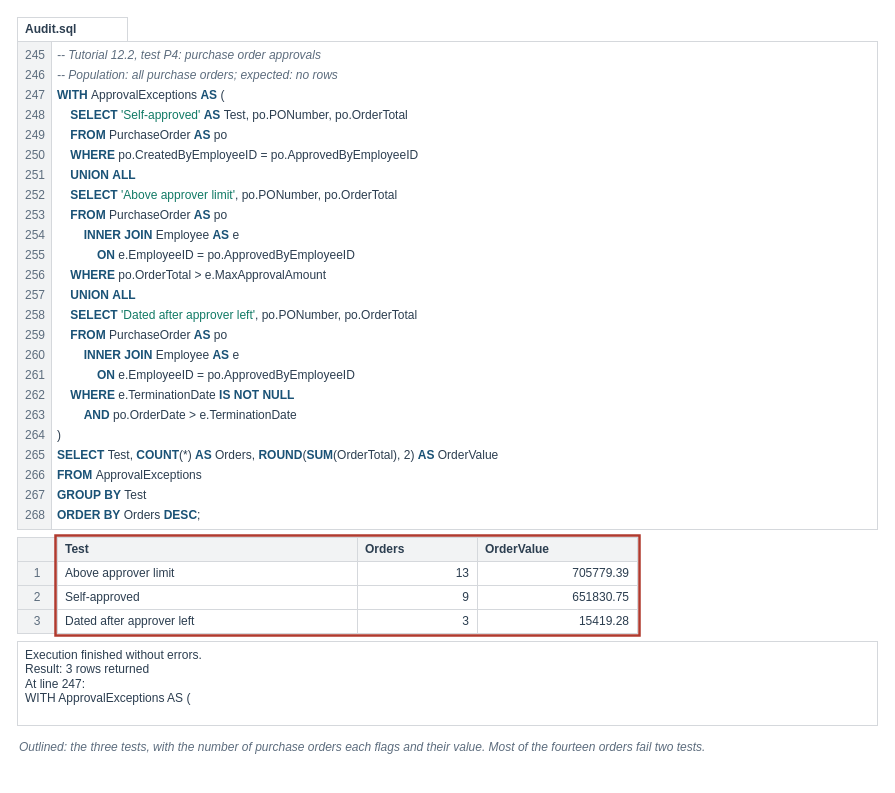
The draw.io diagram visuals/src/fig-12-06-approval-exceptions.drawio in mmcodesso/Accounting_Analytics_Book, before the edit. Source tidied: cells renumbered, new cells numbered last; positions are measured from the earlier drawing's top-left corner, leaving out a move shared by most shapes. Both pictures are drawn from the tidied source at 100%, with x=0, y=0 at pixel (17, 17).
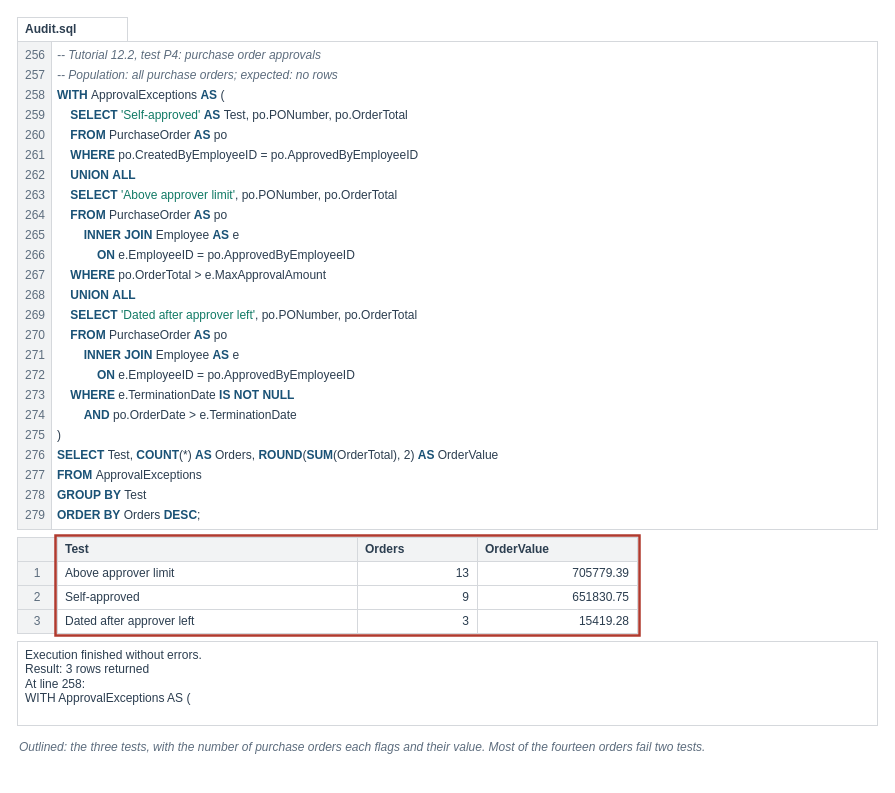
Above is the later version.

The edit, as a diff of the source:
```diff
@@
-    <mxCell id="6" value="245" style="text;html=1;whiteSpace=wrap;align=right;verticalAlign=middle;fontSize=12;fontColor=#5D6D7E;fontStyle=0;fontFamily=Helvetica;spacing=2;fillColor=none;strokeColor=none;" parent="1" vertex="1">
+    <mxCell id="6" value="256" style="text;html=1;whiteSpace=wrap;align=right;verticalAlign=middle;fontSize=12;fontColor=#5D6D7E;fontStyle=0;fontFamily=Helvetica;spacing=2;fillColor=none;strokeColor=none;" parent="1" vertex="1">
       <mxGeometry y="28" width="30" height="20" as="geometry" />
     </mxCell>
@@
-    <mxCell id="8" value="246" style="text;html=1;whiteSpace=wrap;align=right;verticalAlign=middle;fontSize=12;fontColor=#5D6D7E;fontStyle=0;fontFamily=Helvetica;spacing=2;fillColor=none;strokeColor=none;" parent="1" vertex="1">
+    <mxCell id="8" value="257" style="text;html=1;whiteSpace=wrap;align=right;verticalAlign=middle;fontSize=12;fontColor=#5D6D7E;fontStyle=0;fontFamily=Helvetica;spacing=2;fillColor=none;strokeColor=none;" parent="1" vertex="1">
       <mxGeometry y="48" width="30" height="20" as="geometry" />
     </mxCell>
@@
-    <mxCell id="10" value="247" style="text;html=1;whiteSpace=wrap;align=right;verticalAlign=middle;fontSize=12;fontColor=#5D6D7E;fontStyle=0;fontFamily=Helvetica;spacing=2;fillColor=none;strokeColor=none;" parent="1" vertex="1">
+    <mxCell id="10" value="258" style="text;html=1;whiteSpace=wrap;align=right;verticalAlign=middle;fontSize=12;fontColor=#5D6D7E;fontStyle=0;fontFamily=Helvetica;spacing=2;fillColor=none;strokeColor=none;" parent="1" vertex="1">
       <mxGeometry y="68" width="30" height="20" as="geometry" />
     </mxCell>
@@
-    <mxCell id="12" value="248" style="text;html=1;whiteSpace=wrap;align=right;verticalAlign=middle;fontSize=12;fontColor=#5D6D7E;fontStyle=0;fontFamily=Helvetica;spacing=2;fillColor=none;strokeColor=none;" parent="1" vertex="1">
+    <mxCell id="12" value="259" style="text;html=1;whiteSpace=wrap;align=right;verticalAlign=middle;fontSize=12;fontColor=#5D6D7E;fontStyle=0;fontFamily=Helvetica;spacing=2;fillColor=none;strokeColor=none;" parent="1" vertex="1">
       <mxGeometry y="88" width="30" height="20" as="geometry" />
     </mxCell>
@@
-    <mxCell id="14" value="249" style="text;html=1;whiteSpace=wrap;align=right;verticalAlign=middle;fontSize=12;fontColor=#5D6D7E;fontStyle=0;fontFamily=Helvetica;spacing=2;fillColor=none;strokeColor=none;" parent="1" vertex="1">
+    <mxCell id="14" value="260" style="text;html=1;whiteSpace=wrap;align=right;verticalAlign=middle;fontSize=12;fontColor=#5D6D7E;fontStyle=0;fontFamily=Helvetica;spacing=2;fillColor=none;strokeColor=none;" parent="1" vertex="1">
       <mxGeometry y="108" width="30" height="20" as="geometry" />
     </mxCell>
@@
-    <mxCell id="16" value="250" style="text;html=1;whiteSpace=wrap;align=right;verticalAlign=middle;fontSize=12;fontColor=#5D6D7E;fontStyle=0;fontFamily=Helvetica;spacing=2;fillColor=none;strokeColor=none;" parent="1" vertex="1">
+    <mxCell id="16" value="261" style="text;html=1;whiteSpace=wrap;align=right;verticalAlign=middle;fontSize=12;fontColor=#5D6D7E;fontStyle=0;fontFamily=Helvetica;spacing=2;fillColor=none;strokeColor=none;" parent="1" vertex="1">
       <mxGeometry y="128" width="30" height="20" as="geometry" />
     </mxCell>
@@
-    <mxCell id="18" value="251" style="text;html=1;whiteSpace=wrap;align=right;verticalAlign=middle;fontSize=12;fontColor=#5D6D7E;fontStyle=0;fontFamily=Helvetica;spacing=2;fillColor=none;strokeColor=none;" parent="1" vertex="1">
+    <mxCell id="18" value="262" style="text;html=1;whiteSpace=wrap;align=right;verticalAlign=middle;fontSize=12;fontColor=#5D6D7E;fontStyle=0;fontFamily=Helvetica;spacing=2;fillColor=none;strokeColor=none;" parent="1" vertex="1">
       <mxGeometry y="148" width="30" height="20" as="geometry" />
     </mxCell>
@@
-    <mxCell id="20" value="252" style="text;html=1;whiteSpace=wrap;align=right;verticalAlign=middle;fontSize=12;fontColor=#5D6D7E;fontStyle=0;fontFamily=Helvetica;spacing=2;fillColor=none;strokeColor=none;" parent="1" vertex="1">
+    <mxCell id="20" value="263" style="text;html=1;whiteSpace=wrap;align=right;verticalAlign=middle;fontSize=12;fontColor=#5D6D7E;fontStyle=0;fontFamily=Helvetica;spacing=2;fillColor=none;strokeColor=none;" parent="1" vertex="1">
       <mxGeometry y="168" width="30" height="20" as="geometry" />
     </mxCell>
@@
-    <mxCell id="22" value="253" style="text;html=1;whiteSpace=wrap;align=right;verticalAlign=middle;fontSize=12;fontColor=#5D6D7E;fontStyle=0;fontFamily=Helvetica;spacing=2;fillColor=none;strokeColor=none;" parent="1" vertex="1">
+    <mxCell id="22" value="264" style="text;html=1;whiteSpace=wrap;align=right;verticalAlign=middle;fontSize=12;fontColor=#5D6D7E;fontStyle=0;fontFamily=Helvetica;spacing=2;fillColor=none;strokeColor=none;" parent="1" vertex="1">
       <mxGeometry y="188" width="30" height="20" as="geometry" />
     </mxCell>
@@
-    <mxCell id="24" value="254" style="text;html=1;whiteSpace=wrap;align=right;verticalAlign=middle;fontSize=12;fontColor=#5D6D7E;fontStyle=0;fontFamily=Helvetica;spacing=2;fillColor=none;strokeColor=none;" parent="1" vertex="1">
+    <mxCell id="24" value="265" style="text;html=1;whiteSpace=wrap;align=right;verticalAlign=middle;fontSize=12;fontColor=#5D6D7E;fontStyle=0;fontFamily=Helvetica;spacing=2;fillColor=none;strokeColor=none;" parent="1" vertex="1">
       <mxGeometry y="208" width="30" height="20" as="geometry" />
     </mxCell>
@@
-    <mxCell id="26" value="255" style="text;html=1;whiteSpace=wrap;align=right;verticalAlign=middle;fontSize=12;fontColor=#5D6D7E;fontStyle=0;fontFamily=Helvetica;spacing=2;fillColor=none;strokeColor=none;" parent="1" vertex="1">
+    <mxCell id="26" value="266" style="text;html=1;whiteSpace=wrap;align=right;verticalAlign=middle;fontSize=12;fontColor=#5D6D7E;fontStyle=0;fontFamily=Helvetica;spacing=2;fillColor=none;strokeColor=none;" parent="1" vertex="1">
       <mxGeometry y="228" width="30" height="20" as="geometry" />
     </mxCell>
@@
-    <mxCell id="28" value="256" style="text;html=1;whiteSpace=wrap;align=right;verticalAlign=middle;fontSize=12;fontColor=#5D6D7E;fontStyle=0;fontFamily=Helvetica;spacing=2;fillColor=none;strokeColor=none;" parent="1" vertex="1">
+    <mxCell id="28" value="267" style="text;html=1;whiteSpace=wrap;align=right;verticalAlign=middle;fontSize=12;fontColor=#5D6D7E;fontStyle=0;fontFamily=Helvetica;spacing=2;fillColor=none;strokeColor=none;" parent="1" vertex="1">
       <mxGeometry y="248" width="30" height="20" as="geometry" />
     </mxCell>
@@
-    <mxCell id="30" value="257" style="text;html=1;whiteSpace=wrap;align=right;verticalAlign=middle;fontSize=12;fontColor=#5D6D7E;fontStyle=0;fontFamily=Helvetica;spacing=2;fillColor=none;strokeColor=none;" parent="1" vertex="1">
+    <mxCell id="30" value="268" style="text;html=1;whiteSpace=wrap;align=right;verticalAlign=middle;fontSize=12;fontColor=#5D6D7E;fontStyle=0;fontFamily=Helvetica;spacing=2;fillColor=none;strokeColor=none;" parent="1" vertex="1">
       <mxGeometry y="268" width="30" height="20" as="geometry" />
     </mxCell>
@@
-    <mxCell id="32" value="258" style="text;html=1;whiteSpace=wrap;align=right;verticalAlign=middle;fontSize=12;fontColor=#5D6D7E;fontStyle=0;fontFamily=Helvetica;spacing=2;fillColor=none;strokeColor=none;" parent="1" vertex="1">
+    <mxCell id="32" value="269" style="text;html=1;whiteSpace=wrap;align=right;verticalAlign=middle;fontSize=12;fontColor=#5D6D7E;fontStyle=0;fontFamily=Helvetica;spacing=2;fillColor=none;strokeColor=none;" parent="1" vertex="1">
       <mxGeometry y="288" width="30" height="20" as="geometry" />
     </mxCell>
@@
-    <mxCell id="34" value="259" style="text;html=1;whiteSpace=wrap;align=right;verticalAlign=middle;fontSize=12;fontColor=#5D6D7E;fontStyle=0;fontFamily=Helvetica;spacing=2;fillColor=none;strokeColor=none;" parent="1" vertex="1">
+    <mxCell id="34" value="270" style="text;html=1;whiteSpace=wrap;align=right;verticalAlign=middle;fontSize=12;fontColor=#5D6D7E;fontStyle=0;fontFamily=Helvetica;spacing=2;fillColor=none;strokeColor=none;" parent="1" vertex="1">
       <mxGeometry y="308" width="30" height="20" as="geometry" />
     </mxCell>
@@
-    <mxCell id="36" value="260" style="text;html=1;whiteSpace=wrap;align=right;verticalAlign=middle;fontSize=12;fontColor=#5D6D7E;fontStyle=0;fontFamily=Helvetica;spacing=2;fillColor=none;strokeColor=none;" parent="1" vertex="1">
+    <mxCell id="36" value="271" style="text;html=1;whiteSpace=wrap;align=right;verticalAlign=middle;fontSize=12;fontColor=#5D6D7E;fontStyle=0;fontFamily=Helvetica;spacing=2;fillColor=none;strokeColor=none;" parent="1" vertex="1">
       <mxGeometry y="328" width="30" height="20" as="geometry" />
     </mxCell>
@@
-    <mxCell id="38" value="261" style="text;html=1;whiteSpace=wrap;align=right;verticalAlign=middle;fontSize=12;fontColor=#5D6D7E;fontStyle=0;fontFamily=Helvetica;spacing=2;fillColor=none;strokeColor=none;" parent="1" vertex="1">
+    <mxCell id="38" value="272" style="text;html=1;whiteSpace=wrap;align=right;verticalAlign=middle;fontSize=12;fontColor=#5D6D7E;fontStyle=0;fontFamily=Helvetica;spacing=2;fillColor=none;strokeColor=none;" parent="1" vertex="1">
       <mxGeometry y="348" width="30" height="20" as="geometry" />
     </mxCell>
@@
-    <mxCell id="40" value="262" style="text;html=1;whiteSpace=wrap;align=right;verticalAlign=middle;fontSize=12;fontColor=#5D6D7E;fontStyle=0;fontFamily=Helvetica;spacing=2;fillColor=none;strokeColor=none;" parent="1" vertex="1">
+    <mxCell id="40" value="273" style="text;html=1;whiteSpace=wrap;align=right;verticalAlign=middle;fontSize=12;fontColor=#5D6D7E;fontStyle=0;fontFamily=Helvetica;spacing=2;fillColor=none;strokeColor=none;" parent="1" vertex="1">
       <mxGeometry y="368" width="30" height="20" as="geometry" />
     </mxCell>
@@
-    <mxCell id="42" value="263" style="text;html=1;whiteSpace=wrap;align=right;verticalAlign=middle;fontSize=12;fontColor=#5D6D7E;fontStyle=0;fontFamily=Helvetica;spacing=2;fillColor=none;strokeColor=none;" parent="1" vertex="1">
+    <mxCell id="42" value="274" style="text;html=1;whiteSpace=wrap;align=right;verticalAlign=middle;fontSize=12;fontColor=#5D6D7E;fontStyle=0;fontFamily=Helvetica;spacing=2;fillColor=none;strokeColor=none;" parent="1" vertex="1">
       <mxGeometry y="388" width="30" height="20" as="geometry" />
     </mxCell>
@@
-    <mxCell id="44" value="264" style="text;html=1;whiteSpace=wrap;align=right;verticalAlign=middle;fontSize=12;fontColor=#5D6D7E;fontStyle=0;fontFamily=Helvetica;spacing=2;fillColor=none;strokeColor=none;" parent="1" vertex="1">
+    <mxCell id="44" value="275" style="text;html=1;whiteSpace=wrap;align=right;verticalAlign=middle;fontSize=12;fontColor=#5D6D7E;fontStyle=0;fontFamily=Helvetica;spacing=2;fillColor=none;strokeColor=none;" parent="1" vertex="1">
       <mxGeometry y="408" width="30" height="20" as="geometry" />
     </mxCell>
@@
-    <mxCell id="46" value="265" style="text;html=1;whiteSpace=wrap;align=right;verticalAlign=middle;fontSize=12;fontColor=#5D6D7E;fontStyle=0;fontFamily=Helvetica;spacing=2;fillColor=none;strokeColor=none;" parent="1" vertex="1">
+    <mxCell id="46" value="276" style="text;html=1;whiteSpace=wrap;align=right;verticalAlign=middle;fontSize=12;fontColor=#5D6D7E;fontStyle=0;fontFamily=Helvetica;spacing=2;fillColor=none;strokeColor=none;" parent="1" vertex="1">
       <mxGeometry y="428" width="30" height="20" as="geometry" />
     </mxCell>
@@
-    <mxCell id="48" value="266" style="text;html=1;whiteSpace=wrap;align=right;verticalAlign=middle;fontSize=12;fontColor=#5D6D7E;fontStyle=0;fontFamily=Helvetica;spacing=2;fillColor=none;strokeColor=none;" parent="1" vertex="1">
+    <mxCell id="48" value="277" style="text;html=1;whiteSpace=wrap;align=right;verticalAlign=middle;fontSize=12;fontColor=#5D6D7E;fontStyle=0;fontFamily=Helvetica;spacing=2;fillColor=none;strokeColor=none;" parent="1" vertex="1">
       <mxGeometry y="448" width="30" height="20" as="geometry" />
     </mxCell>
@@
-    <mxCell id="50" value="267" style="text;html=1;whiteSpace=wrap;align=right;verticalAlign=middle;fontSize=12;fontColor=#5D6D7E;fontStyle=0;fontFamily=Helvetica;spacing=2;fillColor=none;strokeColor=none;" parent="1" vertex="1">
+    <mxCell id="50" value="278" style="text;html=1;whiteSpace=wrap;align=right;verticalAlign=middle;fontSize=12;fontColor=#5D6D7E;fontStyle=0;fontFamily=Helvetica;spacing=2;fillColor=none;strokeColor=none;" parent="1" vertex="1">
       <mxGeometry y="468" width="30" height="20" as="geometry" />
     </mxCell>
@@
-    <mxCell id="52" value="268" style="text;html=1;whiteSpace=wrap;align=right;verticalAlign=middle;fontSize=12;fontColor=#5D6D7E;fontStyle=0;fontFamily=Helvetica;spacing=2;fillColor=none;strokeColor=none;" parent="1" vertex="1">
+    <mxCell id="52" value="279" style="text;html=1;whiteSpace=wrap;align=right;verticalAlign=middle;fontSize=12;fontColor=#5D6D7E;fontStyle=0;fontFamily=Helvetica;spacing=2;fillColor=none;strokeColor=none;" parent="1" vertex="1">
       <mxGeometry y="488" width="30" height="20" as="geometry" />
     </mxCell>
@@
-    <mxCell id="70" value="Execution finished without errors.&lt;br&gt;Result: 3 rows returned&lt;br&gt;At line 247:&lt;br&gt;WITH ApprovalExceptions AS (" style="rounded=0;arcSize=6;whiteSpace=wrap;html=1;fillColor=#FFFFFF;strokeColor=#D5D8DC;strokeWidth=1;fontColor=#2C3E50;fontSize=12;fontStyle=0;align=left;verticalAlign=top;fontFamily=Helvetica;spacingLeft=6;spacingRight=6;" parent="1" vertex="1">
+    <mxCell id="70" value="Execution finished without errors.&lt;br&gt;Result: 3 rows returned&lt;br&gt;At line 258:&lt;br&gt;WITH ApprovalExceptions AS (" style="rounded=0;arcSize=6;whiteSpace=wrap;html=1;fillColor=#FFFFFF;strokeColor=#D5D8DC;strokeWidth=1;fontColor=#2C3E50;fontSize=12;fontStyle=0;align=left;verticalAlign=top;fontFamily=Helvetica;spacingLeft=6;spacingRight=6;" parent="1" vertex="1">
       <mxGeometry y="624" width="860" height="84" as="geometry" />
     </mxCell>
```
